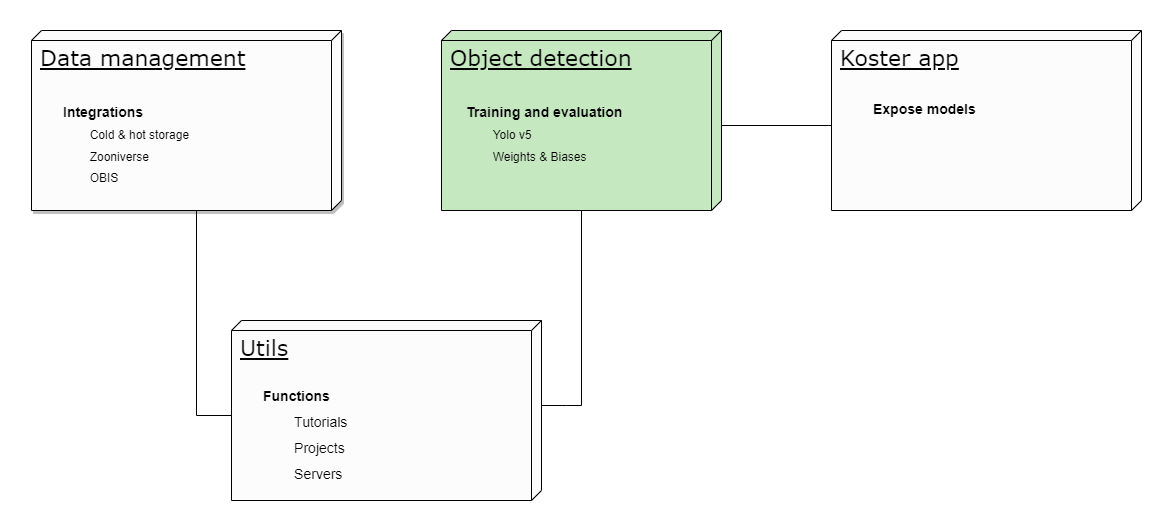
pilarnavarro/koster_data_management keeps this draw.io diagram as images/Koster_object_detection_module.png. Above is the earlier version. Source tidied: cells renumbered, new cells last; positions are measured from the earlier drawing's top-left corner, leaving out a move shared by most shapes.
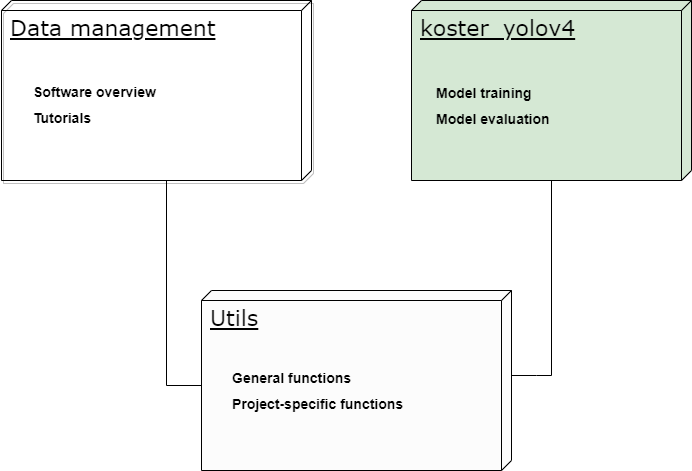
The same diagram one commit later.

Commit message:
updated images to match latest software architecture

Diff of the diagram source:
```diff
@@ -3,15 +3,15 @@
     <mxCell id="0" />
     <mxCell id="1" parent="0" />
     <mxCell id="2" value="&lt;font style=&quot;font-size: 22px&quot;&gt;Utils&lt;/font&gt;" style="verticalAlign=top;align=left;spacingTop=8;spacingLeft=7;spacingRight=12;shape=cube;size=10;direction=south;fontStyle=4;html=1;rounded=0;shadow=0;comic=0;labelBackgroundColor=none;strokeWidth=1;fontFamily=Verdana;fontSize=12;fillColor=#FCFCFC;" parent="1" vertex="1">
-      <mxGeometry x="200" y="290" width="310" height="180" as="geometry" />
+      <mxGeometry x="363" y="290" width="310" height="180" as="geometry" />
     </mxCell>
-    <mxCell id="3" value="&lt;font style=&quot;font-size: 22px&quot;&gt;Data management&lt;/font&gt;" style="verticalAlign=top;align=left;spacingTop=8;spacingLeft=7;spacingRight=12;shape=cube;size=10;direction=south;fontStyle=4;html=1;rounded=0;shadow=1;comic=0;labelBackgroundColor=none;strokeWidth=1;fontFamily=Verdana;fontSize=12;fillColor=#FCFCFC;" parent="1" vertex="1">
-      <mxGeometry width="310" height="180" as="geometry" />
+    <mxCell id="3" value="&lt;font style=&quot;font-size: 22px&quot;&gt;Data management&lt;/font&gt;" style="verticalAlign=top;align=left;spacingTop=8;spacingLeft=7;spacingRight=12;shape=cube;size=10;direction=south;fontStyle=4;html=1;rounded=0;shadow=1;comic=0;labelBackgroundColor=none;strokeWidth=1;fontFamily=Verdana;fontSize=12;fillColor=none;" parent="1" vertex="1">
+      <mxGeometry x="163" width="310" height="180" as="geometry" />
     </mxCell>
-    <mxCell id="4" value="&lt;font style=&quot;font-size: 22px&quot;&gt;Object detection&lt;/font&gt;" style="verticalAlign=top;align=left;spacingTop=8;spacingLeft=7;spacingRight=12;shape=cube;size=10;direction=south;fontStyle=4;html=1;rounded=0;shadow=0;comic=0;labelBackgroundColor=none;strokeWidth=1;fontFamily=Verdana;fontSize=12;fillColor=#C6E8C1;" parent="1" vertex="1">
-      <mxGeometry x="410" width="280" height="180" as="geometry" />
+    <mxCell id="4" value="&lt;font style=&quot;font-size: 22px&quot;&gt;koster_yolov4&lt;/font&gt;" style="verticalAlign=top;align=left;spacingTop=8;spacingLeft=7;spacingRight=12;shape=cube;size=10;direction=south;fontStyle=4;html=1;rounded=0;shadow=0;comic=0;labelBackgroundColor=none;strokeWidth=1;fontFamily=Verdana;fontSize=12;fillColor=#D5E8D4;" parent="1" vertex="1">
+      <mxGeometry x="573" width="280" height="180" as="geometry" />
     </mxCell>
-    <mxCell id="5" style="edgeStyle=orthogonalEdgeStyle;rounded=0;html=1;labelBackgroundColor=none;startArrow=none;startFill=0;startSize=8;endArrow=open;endFill=0;endSize=16;fontFamily=Verdana;fontSize=12;dashed=1;" parent="1" edge="1" target="x">
+    <mxCell id="5" style="edgeStyle=orthogonalEdgeStyle;rounded=0;html=1;labelBackgroundColor=none;startArrow=none;startFill=0;startSize=8;endArrow=open;endFill=0;endSize=16;fontFamily=Verdana;fontSize=12;dashed=1;" parent="1" edge="1">
       <mxGeometry relative="1" as="geometry">
         <mxPoint x="340" y="95" as="sourcePoint" />
         <Array as="points">
@@ -23,40 +23,26 @@
     <mxCell id="6" style="edgeStyle=orthogonalEdgeStyle;rounded=0;html=1;labelBackgroundColor=none;startArrow=none;startFill=0;startSize=8;endArrow=none;endFill=0;endSize=16;fontFamily=Verdana;fontSize=12;exitX=0;exitY=0;exitDx=85;exitDy=0;exitPerimeter=0;" parent="1" edge="1" source="2" target="4">
       <mxGeometry relative="1" as="geometry">
         <Array as="points">
-          <mxPoint x="535" y="375" />
-          <mxPoint x="575" y="375" />
+          <mxPoint x="698" y="375" />
+          <mxPoint x="738" y="375" />
         </Array>
       </mxGeometry>
     </mxCell>
     <mxCell id="7" style="edgeStyle=orthogonalEdgeStyle;rounded=0;html=1;labelBackgroundColor=none;startArrow=none;startFill=0;startSize=8;endArrow=none;endFill=0;endSize=16;fontFamily=Verdana;fontSize=12;exitX=0;exitY=0;exitDx=95;exitDy=310;exitPerimeter=0;" parent="1" edge="1" source="2" target="3">
       <mxGeometry relative="1" as="geometry">
         <Array as="points">
-          <mxPoint x="165" y="385" />
+          <mxPoint x="328" y="385" />
         </Array>
       </mxGeometry>
     </mxCell>
-    <mxCell id="8" value="&lt;p style=&quot;line-height: 0.6&quot;&gt;&lt;b&gt;&lt;font style=&quot;font-size: 14px ; line-height: 1&quot;&gt;Integrations&lt;/font&gt;&lt;/b&gt;&lt;/p&gt;&lt;p style=&quot;line-height: 0.8&quot;&gt;&lt;span style=&quot;white-space: pre&quot;&gt;&#9;&lt;/span&gt;Cold &amp;amp; hot storage&amp;nbsp;&lt;/p&gt;&lt;p style=&quot;line-height: 0.8&quot;&gt;&lt;span style=&quot;white-space: pre&quot;&gt;&#9;&lt;/span&gt;Zooniverse&lt;/p&gt;&lt;p style=&quot;line-height: 0.8&quot;&gt;&lt;span style=&quot;white-space: pre&quot;&gt;&#9;&lt;/span&gt;OBIS&amp;nbsp;&lt;/p&gt;" style="text;html=1;strokeColor=none;fillColor=none;align=left;verticalAlign=top;whiteSpace=wrap;rounded=0;" parent="1" vertex="1">
-      <mxGeometry x="30" y="56" width="220" height="108" as="geometry" />
+    <mxCell id="8" value="&lt;p style=&quot;line-height: 0.6&quot;&gt;&lt;b&gt;&lt;font style=&quot;font-size: 14px ; line-height: 1&quot;&gt;Software overview&lt;/font&gt;&lt;/b&gt;&lt;/p&gt;&lt;p style=&quot;line-height: 0.6&quot;&gt;&lt;b&gt;&lt;font style=&quot;font-size: 14px ; line-height: 1&quot;&gt;Tutorials&lt;/font&gt;&lt;/b&gt;&lt;/p&gt;" style="text;html=1;strokeColor=none;fillColor=none;align=left;verticalAlign=top;whiteSpace=wrap;rounded=0;" parent="1" vertex="1">
+      <mxGeometry x="193" y="66" width="220" height="108" as="geometry" />
     </mxCell>
-    <mxCell id="9" value="&lt;p style=&quot;line-height: 0.6&quot;&gt;&lt;b&gt;&lt;font style=&quot;font-size: 14px ; line-height: 1&quot;&gt;Training and evaluation&lt;/font&gt;&lt;/b&gt;&lt;/p&gt;&lt;p style=&quot;line-height: 0.8&quot;&gt;&lt;span style=&quot;white-space: pre&quot;&gt;&#9;&lt;/span&gt;Yolo v5&lt;/p&gt;&lt;p style=&quot;line-height: 0.8&quot;&gt;&lt;span style=&quot;white-space: pre&quot;&gt;&#9;&lt;/span&gt;Weights &amp;amp; Biases&lt;br&gt;&lt;/p&gt;" style="text;html=1;strokeColor=none;fillColor=none;align=left;verticalAlign=top;whiteSpace=wrap;rounded=0;" parent="1" vertex="1">
-      <mxGeometry x="433" y="56" width="220" height="108" as="geometry" />
+    <mxCell id="9" value="&lt;p style=&quot;line-height: 0.6&quot;&gt;&lt;b&gt;&lt;font style=&quot;font-size: 14px ; line-height: 1&quot;&gt;Model training&lt;/font&gt;&lt;/b&gt;&lt;/p&gt;&lt;p style=&quot;line-height: 0.6&quot;&gt;&lt;b&gt;&lt;font style=&quot;font-size: 14px ; line-height: 1&quot;&gt;Model evaluation&lt;/font&gt;&lt;/b&gt;&lt;/p&gt;" style="text;html=1;strokeColor=none;fillColor=none;align=left;verticalAlign=top;whiteSpace=wrap;rounded=0;" parent="1" vertex="1">
+      <mxGeometry x="596" y="67" width="220" height="108" as="geometry" />
     </mxCell>
-    <mxCell id="10" value="&lt;p style=&quot;line-height: 0.6&quot;&gt;&lt;b&gt;&lt;font style=&quot;font-size: 14px ; line-height: 1&quot;&gt;Functions&lt;/font&gt;&lt;/b&gt;&lt;/p&gt;&lt;p style=&quot;line-height: 0.6&quot;&gt;&lt;font style=&quot;font-size: 14px ; line-height: 1&quot;&gt;&lt;span style=&quot;font-weight: bold ; white-space: pre&quot;&gt;&#9;&lt;/span&gt;Tutorials&lt;/font&gt;&lt;/p&gt;&lt;p style=&quot;line-height: 0.6&quot;&gt;&lt;font style=&quot;font-size: 14px ; line-height: 1&quot;&gt;&lt;span style=&quot;white-space: pre&quot;&gt;&#9;&lt;/span&gt;Projects&lt;br&gt;&lt;/font&gt;&lt;/p&gt;&lt;p style=&quot;line-height: 0.6&quot;&gt;&lt;font style=&quot;font-size: 14px ; line-height: 1&quot;&gt;&lt;span style=&quot;white-space: pre&quot;&gt;&#9;&lt;/span&gt;Servers&lt;/font&gt;&lt;/p&gt;" style="text;html=1;strokeColor=none;fillColor=none;align=left;verticalAlign=top;whiteSpace=wrap;rounded=0;" parent="1" vertex="1">
-      <mxGeometry x="230" y="340" width="220" height="108" as="geometry" />
+    <mxCell id="10" value="&lt;p style=&quot;line-height: 0.6&quot;&gt;&lt;b&gt;&lt;font style=&quot;font-size: 14px ; line-height: 1&quot;&gt;General functions&lt;/font&gt;&lt;/b&gt;&lt;/p&gt;&lt;p style=&quot;line-height: 0.6&quot;&gt;&lt;b&gt;&lt;font style=&quot;font-size: 14px ; line-height: 1&quot;&gt;Project-specific functions&lt;br&gt;&lt;/font&gt;&lt;/b&gt;&lt;/p&gt;" style="text;html=1;strokeColor=none;fillColor=none;align=left;verticalAlign=top;whiteSpace=wrap;rounded=0;" parent="1" vertex="1">
+      <mxGeometry x="392" y="352" width="220" height="108" as="geometry" />
     </mxCell>
-    <mxCell id="11" value="&lt;font style=&quot;font-size: 22px&quot;&gt;Koster app&lt;/font&gt;" style="verticalAlign=top;align=left;spacingTop=8;spacingLeft=7;spacingRight=12;shape=cube;size=10;direction=south;fontStyle=4;html=1;rounded=0;shadow=0;comic=0;labelBackgroundColor=none;strokeWidth=1;fontFamily=Verdana;fontSize=12;fillColor=#FCFCFC;" parent="1" vertex="1">
-      <mxGeometry x="800" width="310" height="180" as="geometry" />
-    </mxCell>
-    <mxCell id="12" style="edgeStyle=orthogonalEdgeStyle;rounded=0;html=1;labelBackgroundColor=none;startArrow=none;startFill=0;startSize=8;endArrow=none;endFill=0;endSize=16;fontFamily=Verdana;fontSize=12;exitX=0;exitY=0;exitDx=95;exitDy=310;exitPerimeter=0;" parent="1" edge="1" source="11">
-      <mxGeometry relative="1" as="geometry">
-        <mxPoint x="693" y="95" as="targetPoint" />
-        <Array as="points">
-          <mxPoint x="690" y="95" />
-        </Array>
-      </mxGeometry>
-    </mxCell>
-    <mxCell id="13" value="&lt;p style=&quot;line-height: 0.6&quot;&gt;&lt;span&gt;&lt;span style=&quot;font-size: 14px&quot;&gt;&lt;b&gt;Expose models&lt;/b&gt;&lt;/span&gt;&lt;/span&gt;&lt;/p&gt;" style="text;html=1;strokeColor=none;fillColor=none;align=left;verticalAlign=top;whiteSpace=wrap;rounded=0;" parent="1" vertex="1">
-      <mxGeometry x="840" y="56" width="220" height="108" as="geometry" />
-    </mxCell>
   </root>
 </mxGraphModel>
```
